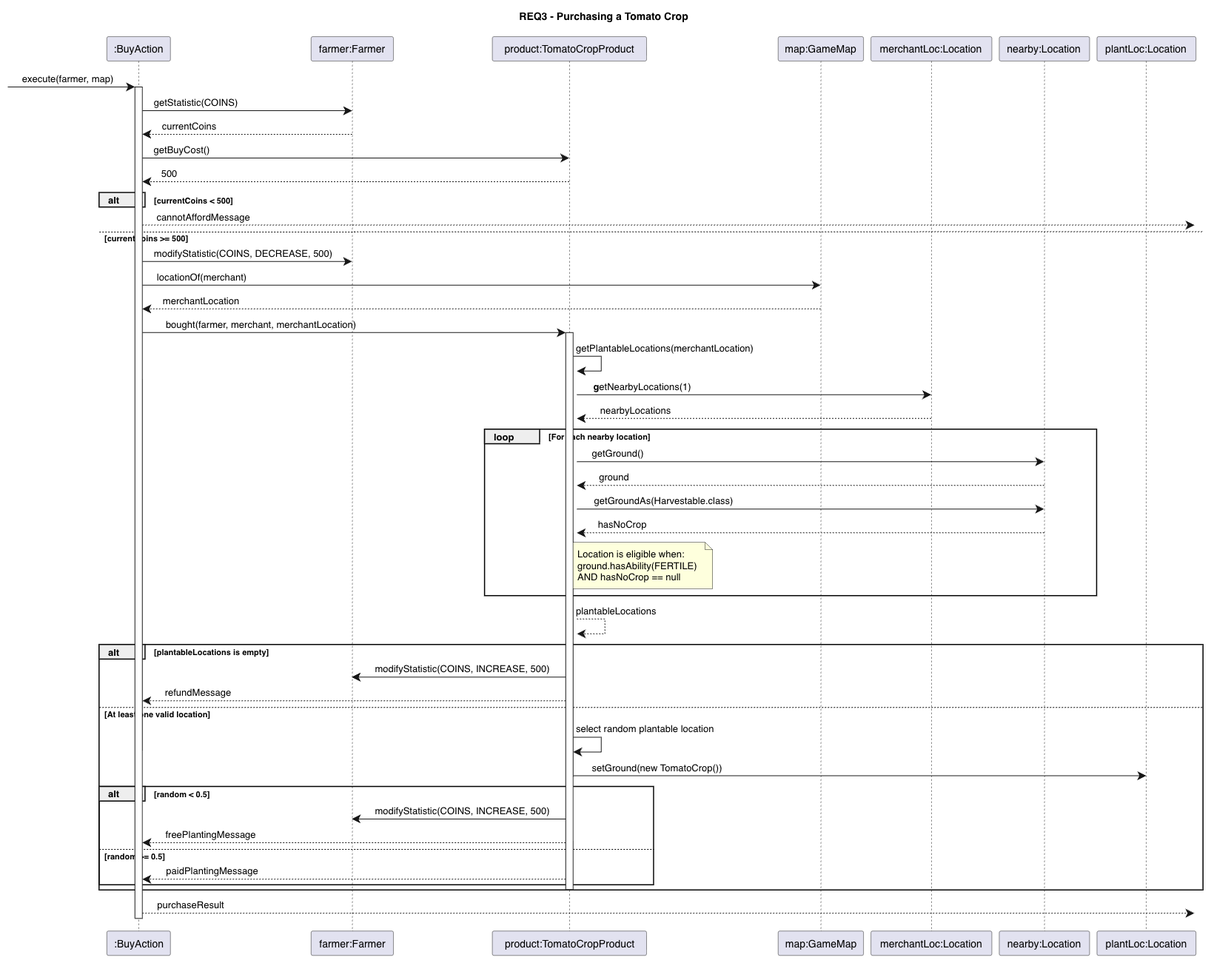
Before: docs/design/Req 3 - Seq.png, a diagram exported from draw.io (light1234-hub/StackQueueValley). Source tidied: cells renumbered, new cells last; positions are measured from the earlier drawing's top-left corner, leaving out a move shared by most shapes.
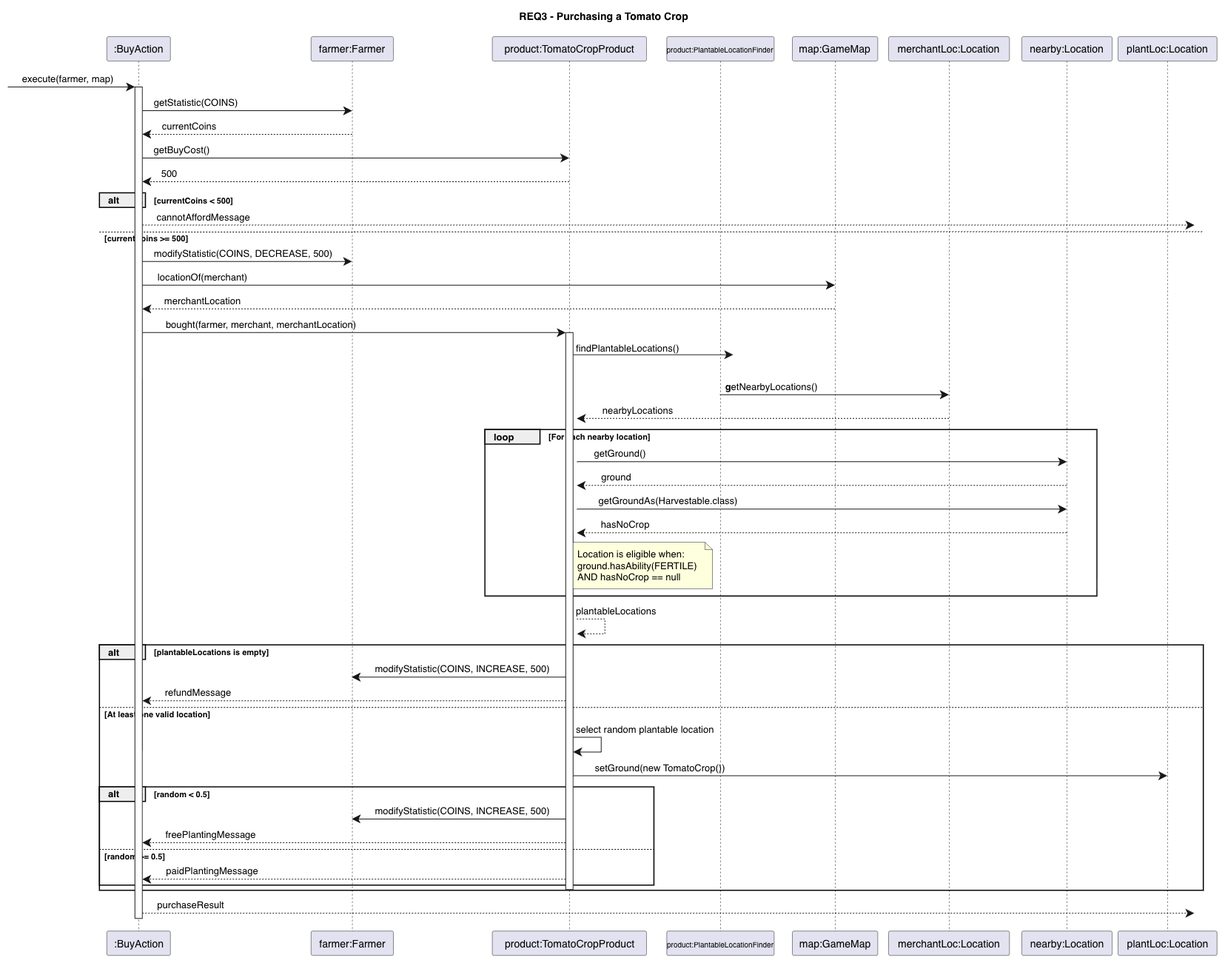
The same diagram one commit later.

Commit message:
Deleted the outdated Rationale and fixed the Req 3 sequence diagram

Diff of the diagram source:
```diff
@@ -15,16 +15,16 @@
       <mxGeometry x="684.6" y="69" width="208.4" height="1241.3" as="geometry" />
     </mxCell>
     <mxCell id="6" value="map:GameMap" style="shape=umlLifeline;perimeter=lifelinePerimeter;size=33;lifelineMirror=1;dashPattern=5 5;outlineConnect=0;portConstraint=eastwest;newEdgeStyle={&quot;edgeStyle&quot;:&quot;sequenceEdgeStyle&quot;,&quot;libavoidRouting&quot;:0,&quot;curved&quot;:0,&quot;rounded&quot;:0};rounded=1;absoluteArcSize=1;arcSize=5;fillColor=#E2E2F0;strokeColor=#181818;strokeWidth=0.5;fontColor=#000000;fontSize=14;whiteSpace=wrap;html=1;" parent="2" vertex="1">
-      <mxGeometry x="1070.8" y="69" width="115.4" height="1241.3" as="geometry" />
+      <mxGeometry x="1090" y="69" width="115.4" height="1241.3" as="geometry" />
     </mxCell>
     <mxCell id="7" value="merchantLoc:Location" style="shape=umlLifeline;perimeter=lifelinePerimeter;size=33;lifelineMirror=1;dashPattern=5 5;outlineConnect=0;portConstraint=eastwest;newEdgeStyle={&quot;edgeStyle&quot;:&quot;sequenceEdgeStyle&quot;,&quot;libavoidRouting&quot;:0,&quot;curved&quot;:0,&quot;rounded&quot;:0};rounded=1;absoluteArcSize=1;arcSize=5;fillColor=#E2E2F0;strokeColor=#181818;strokeWidth=0.5;fontColor=#000000;fontSize=14;whiteSpace=wrap;html=1;" parent="2" vertex="1">
-      <mxGeometry x="1196.1" y="69" width="163.3" height="1241.3" as="geometry" />
+      <mxGeometry x="1220" y="69" width="163.3" height="1241.3" as="geometry" />
     </mxCell>
     <mxCell id="8" value="nearby:Location" style="shape=umlLifeline;perimeter=lifelinePerimeter;size=33;lifelineMirror=1;dashPattern=5 5;outlineConnect=0;portConstraint=eastwest;newEdgeStyle={&quot;edgeStyle&quot;:&quot;sequenceEdgeStyle&quot;,&quot;libavoidRouting&quot;:0,&quot;curved&quot;:0,&quot;rounded&quot;:0};rounded=1;absoluteArcSize=1;arcSize=5;fillColor=#E2E2F0;strokeColor=#181818;strokeWidth=0.5;fontColor=#000000;fontSize=14;whiteSpace=wrap;html=1;" parent="2" vertex="1">
-      <mxGeometry x="1369.4" y="69" width="122" height="1241.3" as="geometry" />
+      <mxGeometry x="1400" y="69" width="122" height="1241.3" as="geometry" />
     </mxCell>
     <mxCell id="9" value="plantLoc:Location" style="shape=umlLifeline;perimeter=lifelinePerimeter;size=33;lifelineMirror=1;dashPattern=5 5;outlineConnect=0;portConstraint=eastwest;newEdgeStyle={&quot;edgeStyle&quot;:&quot;sequenceEdgeStyle&quot;,&quot;libavoidRouting&quot;:0,&quot;curved&quot;:0,&quot;rounded&quot;:0};rounded=1;absoluteArcSize=1;arcSize=5;fillColor=#E2E2F0;strokeColor=#181818;strokeWidth=0.5;fontColor=#000000;fontSize=14;whiteSpace=wrap;html=1;" parent="2" vertex="1">
-      <mxGeometry x="1501.5" y="69" width="133.7" height="1241.3" as="geometry" />
+      <mxGeometry x="1530" y="69" width="133.7" height="1241.3" as="geometry" />
     </mxCell>
     <mxCell id="10" value="alt" style="rounded=0;fillColor=#EEEEEE;strokeColor=#000000;strokeWidth=1.5;fontColor=#000000;fontSize=13;fontStyle=1;align=left;spacingLeft=10;verticalAlign=middle;html=1;" parent="2" vertex="1">
       <mxGeometry x="153.8" y="280" width="62.1" height="19.7" as="geometry" />
@@ -156,23 +156,20 @@
         </Array>
       </mxGeometry>
     </mxCell>
-    <mxCell id="37" style="endArrow=classic;endFill=1;endSize=9;html=1;edgeStyle=sequenceEdgeStyle;libavoidRouting=0;curved=0;rounded=0;strokeColor=#181818;strokeWidth=1;fontSize=11;sourcePerimeterSpacing=0;targetPerimeterSpacing=0;" parent="2" edge="1" source="57">
+    <mxCell id="37" style="endArrow=classic;endFill=1;endSize=9;html=1;edgeStyle=sequenceEdgeStyle;libavoidRouting=0;curved=0;rounded=0;strokeColor=#181818;strokeWidth=1;fontSize=11;sourcePerimeterSpacing=0;targetPerimeterSpacing=0;entryX=0.75;entryY=1;entryDx=0;entryDy=0;" parent="2" edge="1" source="57" target="38">
       <mxGeometry relative="1" as="geometry">
-        <mxPoint x="798.8" y="520.8" as="targetPoint" />
         <Array as="points">
-          <mxPoint x="831.8" y="500.8" />
-          <mxPoint x="831.8" y="520.8" />
+          <mxPoint x="796.3" y="500.8" />
         </Array>
       </mxGeometry>
     </mxCell>
-    <mxCell id="38" value="getPlantableLocations(merchantLocation)" style="text;html=1;fontColor=#000000;fontSize=13;align=left;verticalAlign=middle;" parent="2" vertex="1">
+    <mxCell id="38" value="findPlantableLocations()" style="text;html=1;fontColor=#000000;fontSize=13;align=left;verticalAlign=middle;" parent="2" vertex="1">
       <mxGeometry x="795.8" y="480.8" width="285.7" height="18" as="geometry" />
     </mxCell>
-    <mxCell id="39" value="&lt;b&gt;g&lt;/b&gt;etNearbyLocations(1)" style="endArrow=classic;endFill=1;endSize=9;html=1;edgeStyle=sequenceEdgeStyle;libavoidRouting=0;curved=0;rounded=0;strokeColor=#181818;strokeWidth=1;fontColor=#000000;fontSize=13;verticalAlign=bottom;labelBackgroundColor=none;sourcePerimeterSpacing=0;targetPerimeterSpacing=0;" parent="2" edge="1" target="7">
+    <mxCell id="39" value="&lt;b&gt;&amp;nbsp; &amp;nbsp; &amp;nbsp; &amp;nbsp;g&lt;/b&gt;etNearbyLocations()" style="endArrow=classic;endFill=1;endSize=9;html=1;edgeStyle=sequenceEdgeStyle;libavoidRouting=0;curved=0;rounded=0;strokeColor=#181818;strokeWidth=1;fontColor=#000000;fontSize=13;verticalAlign=bottom;labelBackgroundColor=none;sourcePerimeterSpacing=0;targetPerimeterSpacing=0;" parent="2" edge="1" source="60" target="7">
       <mxGeometry x="-0.63" relative="1" as="geometry">
-        <mxPoint x="798.8" y="552.8" as="sourcePoint" />
         <Array as="points">
-          <mxPoint x="1038" y="552.8" />
+          <mxPoint x="1050.1" y="552.8" />
         </Array>
       </mxGeometry>
     </mxCell>
@@ -302,5 +299,8 @@
     <mxCell id="59" value="REQ3 - Purchasing a Tomato Crop" style="text;html=1;fillColor=none;strokeColor=none;fontSize=14;fontStyle=1;fontColor=#000000;align=center;verticalAlign=middle;" parent="2" vertex="1">
       <mxGeometry x="705.8" y="30" width="258.6" height="24" as="geometry" />
     </mxCell>
+    <mxCell id="60" value="&lt;font style=&quot;font-size: 10px;&quot;&gt;product:PlantableLocationFinder&lt;/font&gt;" style="shape=umlLifeline;perimeter=lifelinePerimeter;size=33;lifelineMirror=1;dashPattern=5 5;outlineConnect=0;portConstraint=eastwest;newEdgeStyle={&quot;edgeStyle&quot;:&quot;sequenceEdgeStyle&quot;,&quot;libavoidRouting&quot;:0,&quot;curved&quot;:0,&quot;rounded&quot;:0};rounded=1;absoluteArcSize=1;arcSize=5;fillColor=#E2E2F0;strokeColor=#181818;strokeWidth=0.5;fontColor=#000000;fontSize=14;whiteSpace=wrap;html=1;" parent="2" vertex="1">
+      <mxGeometry x="920.3" y="69" width="145" height="1241.3" as="geometry" />
+    </mxCell>
   </root>
 </mxGraphModel>
```
